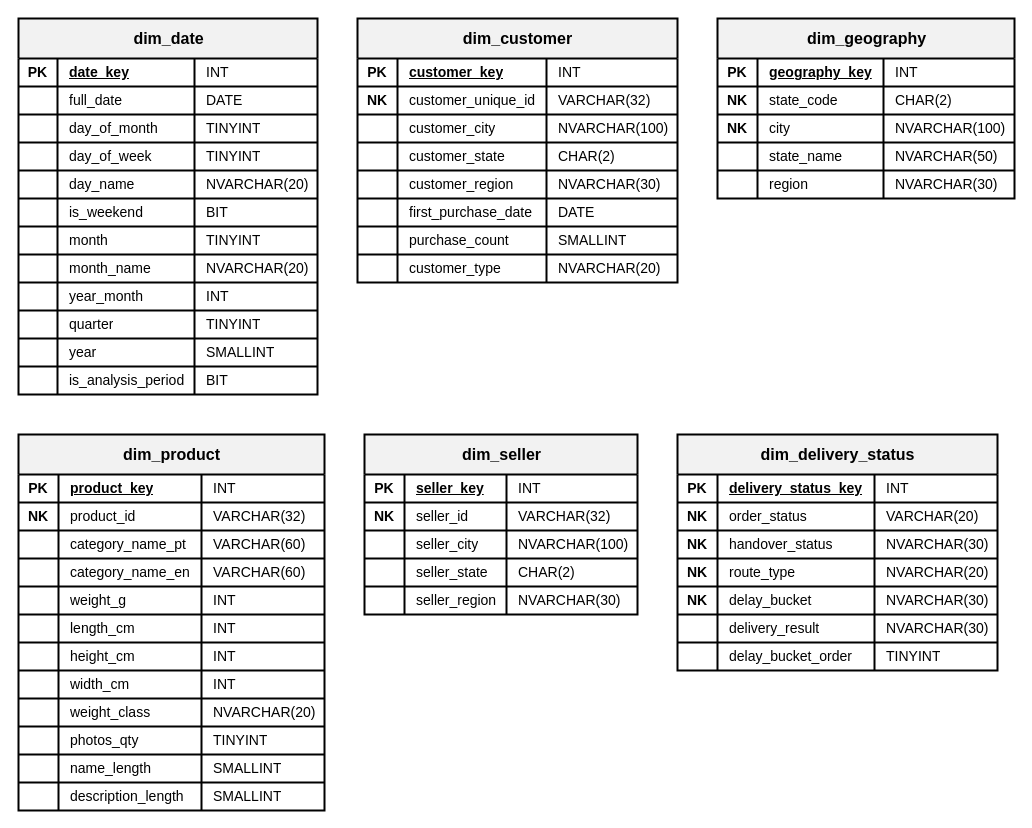
Earlier version of the draw.io diagram page "[Seminar] - Dimension" (1 of 3) of docs/images/dds_schema.drawio (TrucHang676/bi-miniproject). Source tidied: cells renumbered, new cells numbered last; positions are measured from the earlier drawing's top-left corner, leaving out a move shared by most shapes. Both pictures are drawn from the tidied source at 100%, with x=0, y=0 at pixel (18, 18).
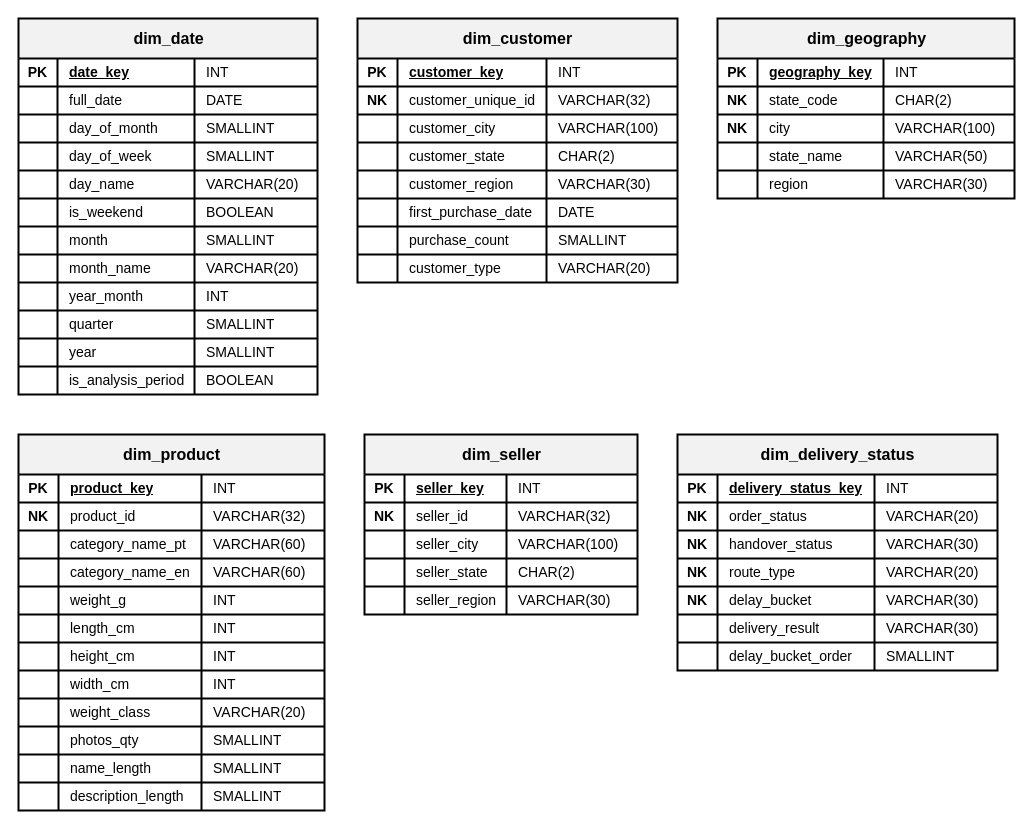
The same page after the edit.

Unchanged cells that the change refers to:
```xml
<mxCell id="11" style="shape=tableRow;horizontal=0;startSize=0;swimlaneHead=0;swimlaneBody=0;strokeColor=inherit;top=0;left=0;bottom=0;right=0;fillColor=none;html=1;" parent="2" vertex="1">
  <mxGeometry y="96" width="299" height="28" as="geometry" />
</mxCell>
<mxCell id="15" style="shape=tableRow;horizontal=0;startSize=0;swimlaneHead=0;swimlaneBody=0;strokeColor=inherit;top=0;left=0;bottom=0;right=0;fillColor=none;html=1;" parent="2" vertex="1">
  <mxGeometry y="124" width="299" height="28" as="geometry" />
</mxCell>
<mxCell id="19" style="shape=tableRow;horizontal=0;startSize=0;swimlaneHead=0;swimlaneBody=0;strokeColor=inherit;top=0;left=0;bottom=0;right=0;fillColor=none;html=1;" parent="2" vertex="1">
  <mxGeometry y="152" width="299" height="28" as="geometry" />
</mxCell>
<mxCell id="23" style="shape=tableRow;horizontal=0;startSize=0;swimlaneHead=0;swimlaneBody=0;strokeColor=inherit;top=0;left=0;bottom=0;right=0;fillColor=none;html=1;" parent="2" vertex="1">
  <mxGeometry y="180" width="299" height="28" as="geometry" />
</mxCell>
<mxCell id="27" style="shape=tableRow;horizontal=0;startSize=0;swimlaneHead=0;swimlaneBody=0;strokeColor=inherit;top=0;left=0;bottom=0;right=0;fillColor=none;html=1;" parent="2" vertex="1">
  <mxGeometry y="208" width="299" height="28" as="geometry" />
</mxCell>
<mxCell id="31" style="shape=tableRow;horizontal=0;startSize=0;swimlaneHead=0;swimlaneBody=0;strokeColor=inherit;top=0;left=0;bottom=0;right=0;fillColor=none;html=1;" parent="2" vertex="1">
  <mxGeometry y="236" width="299" height="28" as="geometry" />
</mxCell>
<mxCell id="39" style="shape=tableRow;horizontal=0;startSize=0;swimlaneHead=0;swimlaneBody=0;strokeColor=inherit;top=0;left=0;bottom=0;right=0;fillColor=none;html=1;" parent="2" vertex="1">
  <mxGeometry y="292" width="299" height="28" as="geometry" />
</mxCell>
<mxCell id="47" style="shape=tableRow;horizontal=0;startSize=0;swimlaneHead=0;swimlaneBody=0;strokeColor=inherit;top=0;left=0;bottom=0;right=0;fillColor=none;html=1;" parent="2" vertex="1">
  <mxGeometry y="348" width="299" height="28" as="geometry" />
</mxCell>
<mxCell id="60" style="shape=tableRow;horizontal=0;startSize=0;swimlaneHead=0;swimlaneBody=0;strokeColor=inherit;top=0;left=0;bottom=0;right=0;fillColor=none;html=1;" parent="51" vertex="1">
  <mxGeometry y="96" width="320" height="28" as="geometry" />
</mxCell>
<mxCell id="68" style="shape=tableRow;horizontal=0;startSize=0;swimlaneHead=0;swimlaneBody=0;strokeColor=inherit;top=0;left=0;bottom=0;right=0;fillColor=none;html=1;" parent="51" vertex="1">
  <mxGeometry y="152" width="320" height="28" as="geometry" />
</mxCell>
<mxCell id="80" style="shape=tableRow;horizontal=0;startSize=0;swimlaneHead=0;swimlaneBody=0;strokeColor=inherit;top=0;left=0;bottom=0;right=0;fillColor=none;html=1;" parent="51" vertex="1">
  <mxGeometry y="236" width="320" height="28" as="geometry" />
</mxCell>
<mxCell id="93" style="shape=tableRow;horizontal=0;startSize=0;swimlaneHead=0;swimlaneBody=0;strokeColor=inherit;top=0;left=0;bottom=0;right=0;fillColor=none;html=1;" parent="84" vertex="1">
  <mxGeometry y="96" width="297" height="28" as="geometry" />
</mxCell>
<mxCell id="97" style="shape=tableRow;horizontal=0;startSize=0;swimlaneHead=0;swimlaneBody=0;strokeColor=inherit;top=0;left=0;bottom=0;right=0;fillColor=none;html=1;" parent="84" vertex="1">
  <mxGeometry y="124" width="297" height="28" as="geometry" />
</mxCell>
<mxCell id="101" style="shape=tableRow;horizontal=0;startSize=0;swimlaneHead=0;swimlaneBody=0;strokeColor=inherit;top=0;left=0;bottom=0;right=0;fillColor=none;html=1;" parent="84" vertex="1">
  <mxGeometry y="152" width="297" height="28" as="geometry" />
</mxCell>
<mxCell id="138" style="shape=tableRow;horizontal=0;startSize=0;swimlaneHead=0;swimlaneBody=0;strokeColor=inherit;top=0;left=0;bottom=0;right=0;fillColor=none;html=1;" parent="105" vertex="1">
  <mxGeometry y="264" width="306" height="28" as="geometry" />
</mxCell>
<mxCell id="142" style="shape=tableRow;horizontal=0;startSize=0;swimlaneHead=0;swimlaneBody=0;strokeColor=inherit;top=0;left=0;bottom=0;right=0;fillColor=none;html=1;" parent="105" vertex="1">
  <mxGeometry y="292" width="306" height="28" as="geometry" />
</mxCell>
<mxCell id="163" style="shape=tableRow;horizontal=0;startSize=0;swimlaneHead=0;swimlaneBody=0;strokeColor=inherit;top=0;left=0;bottom=0;right=0;fillColor=none;html=1;" parent="154" vertex="1">
  <mxGeometry y="96" width="273" height="28" as="geometry" />
</mxCell>
<mxCell id="171" style="shape=tableRow;horizontal=0;startSize=0;swimlaneHead=0;swimlaneBody=0;strokeColor=inherit;top=0;left=0;bottom=0;right=0;fillColor=none;html=1;" parent="154" vertex="1">
  <mxGeometry y="152" width="273" height="28" as="geometry" />
</mxCell>
<mxCell id="184" style="shape=tableRow;horizontal=0;startSize=0;swimlaneHead=0;swimlaneBody=0;strokeColor=inherit;top=0;left=0;bottom=0;right=0;fillColor=none;html=1;" parent="175" vertex="1">
  <mxGeometry y="96" width="320" height="28" as="geometry" />
</mxCell>
<mxCell id="188" style="shape=tableRow;horizontal=0;startSize=0;swimlaneHead=0;swimlaneBody=0;strokeColor=inherit;top=0;left=0;bottom=0;right=0;fillColor=none;html=1;" parent="175" vertex="1">
  <mxGeometry y="124" width="320" height="28" as="geometry" />
</mxCell>
<mxCell id="192" style="shape=tableRow;horizontal=0;startSize=0;swimlaneHead=0;swimlaneBody=0;strokeColor=inherit;top=0;left=0;bottom=0;right=0;fillColor=none;html=1;" parent="175" vertex="1">
  <mxGeometry y="152" width="320" height="28" as="geometry" />
</mxCell>
<mxCell id="196" style="shape=tableRow;horizontal=0;startSize=0;swimlaneHead=0;swimlaneBody=0;strokeColor=inherit;top=0;left=0;bottom=0;right=0;fillColor=none;html=1;" parent="175" vertex="1">
  <mxGeometry y="180" width="320" height="28" as="geometry" />
</mxCell>
<mxCell id="200" style="shape=tableRow;horizontal=0;startSize=0;swimlaneHead=0;swimlaneBody=0;strokeColor=inherit;top=0;left=0;bottom=0;right=0;fillColor=none;html=1;" parent="175" vertex="1">
  <mxGeometry y="208" width="320" height="28" as="geometry" />
</mxCell>
```

The edit, as a diff of the source:
```diff
@@
-    <mxCell id="14" value="TINYINT" style="shape=partialRectangle;html=1;whiteSpace=wrap;strokeColor=inherit;overflow=hidden;fillColor=none;top=0;left=0;bottom=0;right=0;fontFamily=Arial;fontSize=14;fontColor=#000000;fontStyle=0;align=left;spacingLeft=10;" parent="11" vertex="1">
+    <mxCell id="14" value="SMALLINT" style="shape=partialRectangle;html=1;whiteSpace=wrap;strokeColor=inherit;overflow=hidden;fillColor=none;top=0;left=0;bottom=0;right=0;fontFamily=Arial;fontSize=14;fontColor=#000000;fontStyle=0;align=left;spacingLeft=10;" parent="11" vertex="1">
       <mxGeometry x="176" width="123" height="28" as="geometry" />
     </mxCell>
@@
-    <mxCell id="18" value="TINYINT" style="shape=partialRectangle;html=1;whiteSpace=wrap;strokeColor=inherit;overflow=hidden;fillColor=none;top=0;left=0;bottom=0;right=0;fontFamily=Arial;fontSize=14;fontColor=#000000;fontStyle=0;align=left;spacingLeft=10;" parent="15" vertex="1">
+    <mxCell id="18" value="SMALLINT" style="shape=partialRectangle;html=1;whiteSpace=wrap;strokeColor=inherit;overflow=hidden;fillColor=none;top=0;left=0;bottom=0;right=0;fontFamily=Arial;fontSize=14;fontColor=#000000;fontStyle=0;align=left;spacingLeft=10;" parent="15" vertex="1">
       <mxGeometry x="176" width="123" height="28" as="geometry" />
     </mxCell>
@@
-    <mxCell id="22" value="NVARCHAR(20)" style="shape=partialRectangle;html=1;whiteSpace=wrap;strokeColor=inherit;overflow=hidden;fillColor=none;top=0;left=0;bottom=0;right=0;fontFamily=Arial;fontSize=14;fontColor=#000000;fontStyle=0;align=left;spacingLeft=10;" parent="19" vertex="1">
+    <mxCell id="22" value="VARCHAR(20)" style="shape=partialRectangle;html=1;whiteSpace=wrap;strokeColor=inherit;overflow=hidden;fillColor=none;top=0;left=0;bottom=0;right=0;fontFamily=Arial;fontSize=14;fontColor=#000000;fontStyle=0;align=left;spacingLeft=10;" parent="19" vertex="1">
       <mxGeometry x="176" width="123" height="28" as="geometry" />
     </mxCell>
@@
-    <mxCell id="26" value="BIT" style="shape=partialRectangle;html=1;whiteSpace=wrap;strokeColor=inherit;overflow=hidden;fillColor=none;top=0;left=0;bottom=0;right=0;fontFamily=Arial;fontSize=14;fontColor=#000000;fontStyle=0;align=left;spacingLeft=10;" parent="23" vertex="1">
+    <mxCell id="26" value="BOOLEAN" style="shape=partialRectangle;html=1;whiteSpace=wrap;strokeColor=inherit;overflow=hidden;fillColor=none;top=0;left=0;bottom=0;right=0;fontFamily=Arial;fontSize=14;fontColor=#000000;fontStyle=0;align=left;spacingLeft=10;" parent="23" vertex="1">
       <mxGeometry x="176" width="123" height="28" as="geometry" />
     </mxCell>
@@
-    <mxCell id="30" value="TINYINT" style="shape=partialRectangle;html=1;whiteSpace=wrap;strokeColor=inherit;overflow=hidden;fillColor=none;top=0;left=0;bottom=0;right=0;fontFamily=Arial;fontSize=14;fontColor=#000000;fontStyle=0;align=left;spacingLeft=10;" parent="27" vertex="1">
+    <mxCell id="30" value="SMALLINT" style="shape=partialRectangle;html=1;whiteSpace=wrap;strokeColor=inherit;overflow=hidden;fillColor=none;top=0;left=0;bottom=0;right=0;fontFamily=Arial;fontSize=14;fontColor=#000000;fontStyle=0;align=left;spacingLeft=10;" parent="27" vertex="1">
       <mxGeometry x="176" width="123" height="28" as="geometry" />
     </mxCell>
@@
-    <mxCell id="34" value="NVARCHAR(20)" style="shape=partialRectangle;html=1;whiteSpace=wrap;strokeColor=inherit;overflow=hidden;fillColor=none;top=0;left=0;bottom=0;right=0;fontFamily=Arial;fontSize=14;fontColor=#000000;fontStyle=0;align=left;spacingLeft=10;" parent="31" vertex="1">
+    <mxCell id="34" value="VARCHAR(20)" style="shape=partialRectangle;html=1;whiteSpace=wrap;strokeColor=inherit;overflow=hidden;fillColor=none;top=0;left=0;bottom=0;right=0;fontFamily=Arial;fontSize=14;fontColor=#000000;fontStyle=0;align=left;spacingLeft=10;" parent="31" vertex="1">
       <mxGeometry x="176" width="123" height="28" as="geometry" />
     </mxCell>
@@
-    <mxCell id="42" value="TINYINT" style="shape=partialRectangle;html=1;whiteSpace=wrap;strokeColor=inherit;overflow=hidden;fillColor=none;top=0;left=0;bottom=0;right=0;fontFamily=Arial;fontSize=14;fontColor=#000000;fontStyle=0;align=left;spacingLeft=10;" parent="39" vertex="1">
+    <mxCell id="42" value="SMALLINT" style="shape=partialRectangle;html=1;whiteSpace=wrap;strokeColor=inherit;overflow=hidden;fillColor=none;top=0;left=0;bottom=0;right=0;fontFamily=Arial;fontSize=14;fontColor=#000000;fontStyle=0;align=left;spacingLeft=10;" parent="39" vertex="1">
       <mxGeometry x="176" width="123" height="28" as="geometry" />
     </mxCell>
@@
-    <mxCell id="50" value="BIT" style="shape=partialRectangle;html=1;whiteSpace=wrap;strokeColor=inherit;overflow=hidden;fillColor=none;top=0;left=0;bottom=0;right=0;fontFamily=Arial;fontSize=14;fontColor=#000000;fontStyle=0;align=left;spacingLeft=10;" parent="47" vertex="1">
+    <mxCell id="50" value="BOOLEAN" style="shape=partialRectangle;html=1;whiteSpace=wrap;strokeColor=inherit;overflow=hidden;fillColor=none;top=0;left=0;bottom=0;right=0;fontFamily=Arial;fontSize=14;fontColor=#000000;fontStyle=0;align=left;spacingLeft=10;" parent="47" vertex="1">
       <mxGeometry x="176" width="123" height="28" as="geometry" />
     </mxCell>
@@
-    <mxCell id="63" value="NVARCHAR(100)" style="shape=partialRectangle;html=1;whiteSpace=wrap;strokeColor=inherit;overflow=hidden;fillColor=none;top=0;left=0;bottom=0;right=0;fontFamily=Arial;fontSize=14;fontColor=#000000;fontStyle=0;align=left;spacingLeft=10;" parent="60" vertex="1">
+    <mxCell id="63" value="VARCHAR(100)" style="shape=partialRectangle;html=1;whiteSpace=wrap;strokeColor=inherit;overflow=hidden;fillColor=none;top=0;left=0;bottom=0;right=0;fontFamily=Arial;fontSize=14;fontColor=#000000;fontStyle=0;align=left;spacingLeft=10;" parent="60" vertex="1">
       <mxGeometry x="189" width="131" height="28" as="geometry" />
     </mxCell>
@@
-    <mxCell id="71" value="NVARCHAR(30)" style="shape=partialRectangle;html=1;whiteSpace=wrap;strokeColor=inherit;overflow=hidden;fillColor=none;top=0;left=0;bottom=0;right=0;fontFamily=Arial;fontSize=14;fontColor=#000000;fontStyle=0;align=left;spacingLeft=10;" parent="68" vertex="1">
+    <mxCell id="71" value="VARCHAR(30)" style="shape=partialRectangle;html=1;whiteSpace=wrap;strokeColor=inherit;overflow=hidden;fillColor=none;top=0;left=0;bottom=0;right=0;fontFamily=Arial;fontSize=14;fontColor=#000000;fontStyle=0;align=left;spacingLeft=10;" parent="68" vertex="1">
       <mxGeometry x="189" width="131" height="28" as="geometry" />
     </mxCell>
@@
-    <mxCell id="83" value="NVARCHAR(20)" style="shape=partialRectangle;html=1;whiteSpace=wrap;strokeColor=inherit;overflow=hidden;fillColor=none;top=0;left=0;bottom=0;right=0;fontFamily=Arial;fontSize=14;fontColor=#000000;fontStyle=0;align=left;spacingLeft=10;" parent="80" vertex="1">
+    <mxCell id="83" value="VARCHAR(20)" style="shape=partialRectangle;html=1;whiteSpace=wrap;strokeColor=inherit;overflow=hidden;fillColor=none;top=0;left=0;bottom=0;right=0;fontFamily=Arial;fontSize=14;fontColor=#000000;fontStyle=0;align=left;spacingLeft=10;" parent="80" vertex="1">
       <mxGeometry x="189" width="131" height="28" as="geometry" />
     </mxCell>
@@
-    <mxCell id="96" value="NVARCHAR(100)" style="shape=partialRectangle;html=1;whiteSpace=wrap;strokeColor=inherit;overflow=hidden;fillColor=none;top=0;left=0;bottom=0;right=0;fontFamily=Arial;fontSize=14;fontColor=#000000;fontStyle=0;align=left;spacingLeft=10;" parent="93" vertex="1">
+    <mxCell id="96" value="VARCHAR(100)" style="shape=partialRectangle;html=1;whiteSpace=wrap;strokeColor=inherit;overflow=hidden;fillColor=none;top=0;left=0;bottom=0;right=0;fontFamily=Arial;fontSize=14;fontColor=#000000;fontStyle=0;align=left;spacingLeft=10;" parent="93" vertex="1">
       <mxGeometry x="166" width="131" height="28" as="geometry" />
     </mxCell>
@@
-    <mxCell id="100" value="NVARCHAR(50)" style="shape=partialRectangle;html=1;whiteSpace=wrap;strokeColor=inherit;overflow=hidden;fillColor=none;top=0;left=0;bottom=0;right=0;fontFamily=Arial;fontSize=14;fontColor=#000000;fontStyle=0;align=left;spacingLeft=10;" parent="97" vertex="1">
+    <mxCell id="100" value="VARCHAR(50)" style="shape=partialRectangle;html=1;whiteSpace=wrap;strokeColor=inherit;overflow=hidden;fillColor=none;top=0;left=0;bottom=0;right=0;fontFamily=Arial;fontSize=14;fontColor=#000000;fontStyle=0;align=left;spacingLeft=10;" parent="97" vertex="1">
       <mxGeometry x="166" width="131" height="28" as="geometry" />
     </mxCell>
@@
-    <mxCell id="104" value="NVARCHAR(30)" style="shape=partialRectangle;html=1;whiteSpace=wrap;strokeColor=inherit;overflow=hidden;fillColor=none;top=0;left=0;bottom=0;right=0;fontFamily=Arial;fontSize=14;fontColor=#000000;fontStyle=0;align=left;spacingLeft=10;" parent="101" vertex="1">
+    <mxCell id="104" value="VARCHAR(30)" style="shape=partialRectangle;html=1;whiteSpace=wrap;strokeColor=inherit;overflow=hidden;fillColor=none;top=0;left=0;bottom=0;right=0;fontFamily=Arial;fontSize=14;fontColor=#000000;fontStyle=0;align=left;spacingLeft=10;" parent="101" vertex="1">
       <mxGeometry x="166" width="131" height="28" as="geometry" />
     </mxCell>
@@
-    <mxCell id="141" value="NVARCHAR(20)" style="shape=partialRectangle;html=1;whiteSpace=wrap;strokeColor=inherit;overflow=hidden;fillColor=none;top=0;left=0;bottom=0;right=0;fontFamily=Arial;fontSize=14;fontColor=#000000;fontStyle=0;align=left;spacingLeft=10;" parent="138" vertex="1">
+    <mxCell id="141" value="VARCHAR(20)" style="shape=partialRectangle;html=1;whiteSpace=wrap;strokeColor=inherit;overflow=hidden;fillColor=none;top=0;left=0;bottom=0;right=0;fontFamily=Arial;fontSize=14;fontColor=#000000;fontStyle=0;align=left;spacingLeft=10;" parent="138" vertex="1">
       <mxGeometry x="183" width="123" height="28" as="geometry" />
     </mxCell>
@@
-    <mxCell id="145" value="TINYINT" style="shape=partialRectangle;html=1;whiteSpace=wrap;strokeColor=inherit;overflow=hidden;fillColor=none;top=0;left=0;bottom=0;right=0;fontFamily=Arial;fontSize=14;fontColor=#000000;fontStyle=0;align=left;spacingLeft=10;" parent="142" vertex="1">
+    <mxCell id="145" value="SMALLINT" style="shape=partialRectangle;html=1;whiteSpace=wrap;strokeColor=inherit;overflow=hidden;fillColor=none;top=0;left=0;bottom=0;right=0;fontFamily=Arial;fontSize=14;fontColor=#000000;fontStyle=0;align=left;spacingLeft=10;" parent="142" vertex="1">
       <mxGeometry x="183" width="123" height="28" as="geometry" />
     </mxCell>
@@
-    <mxCell id="166" value="NVARCHAR(100)" style="shape=partialRectangle;html=1;whiteSpace=wrap;strokeColor=inherit;overflow=hidden;fillColor=none;top=0;left=0;bottom=0;right=0;fontFamily=Arial;fontSize=14;fontColor=#000000;fontStyle=0;align=left;spacingLeft=10;" parent="163" vertex="1">
+    <mxCell id="166" value="VARCHAR(100)" style="shape=partialRectangle;html=1;whiteSpace=wrap;strokeColor=inherit;overflow=hidden;fillColor=none;top=0;left=0;bottom=0;right=0;fontFamily=Arial;fontSize=14;fontColor=#000000;fontStyle=0;align=left;spacingLeft=10;" parent="163" vertex="1">
       <mxGeometry x="142" width="131" height="28" as="geometry" />
     </mxCell>
@@
-    <mxCell id="174" value="NVARCHAR(30)" style="shape=partialRectangle;html=1;whiteSpace=wrap;strokeColor=inherit;overflow=hidden;fillColor=none;top=0;left=0;bottom=0;right=0;fontFamily=Arial;fontSize=14;fontColor=#000000;fontStyle=0;align=left;spacingLeft=10;" parent="171" vertex="1">
+    <mxCell id="174" value="VARCHAR(30)" style="shape=partialRectangle;html=1;whiteSpace=wrap;strokeColor=inherit;overflow=hidden;fillColor=none;top=0;left=0;bottom=0;right=0;fontFamily=Arial;fontSize=14;fontColor=#000000;fontStyle=0;align=left;spacingLeft=10;" parent="171" vertex="1">
       <mxGeometry x="142" width="131" height="28" as="geometry" />
     </mxCell>
@@
-    <mxCell id="187" value="NVARCHAR(30)" style="shape=partialRectangle;html=1;whiteSpace=wrap;strokeColor=inherit;overflow=hidden;fillColor=none;top=0;left=0;bottom=0;right=0;fontFamily=Arial;fontSize=14;fontColor=#000000;fontStyle=0;align=left;spacingLeft=10;" parent="184" vertex="1">
+    <mxCell id="187" value="VARCHAR(30)" style="shape=partialRectangle;html=1;whiteSpace=wrap;strokeColor=inherit;overflow=hidden;fillColor=none;top=0;left=0;bottom=0;right=0;fontFamily=Arial;fontSize=14;fontColor=#000000;fontStyle=0;align=left;spacingLeft=10;" parent="184" vertex="1">
       <mxGeometry x="197" width="123" height="28" as="geometry" />
     </mxCell>
@@
-    <mxCell id="191" value="NVARCHAR(20)" style="shape=partialRectangle;html=1;whiteSpace=wrap;strokeColor=inherit;overflow=hidden;fillColor=none;top=0;left=0;bottom=0;right=0;fontFamily=Arial;fontSize=14;fontColor=#000000;fontStyle=0;align=left;spacingLeft=10;" parent="188" vertex="1">
+    <mxCell id="191" value="VARCHAR(20)" style="shape=partialRectangle;html=1;whiteSpace=wrap;strokeColor=inherit;overflow=hidden;fillColor=none;top=0;left=0;bottom=0;right=0;fontFamily=Arial;fontSize=14;fontColor=#000000;fontStyle=0;align=left;spacingLeft=10;" parent="188" vertex="1">
       <mxGeometry x="197" width="123" height="28" as="geometry" />
     </mxCell>
@@
-    <mxCell id="195" value="NVARCHAR(30)" style="shape=partialRectangle;html=1;whiteSpace=wrap;strokeColor=inherit;overflow=hidden;fillColor=none;top=0;left=0;bottom=0;right=0;fontFamily=Arial;fontSize=14;fontColor=#000000;fontStyle=0;align=left;spacingLeft=10;" parent="192" vertex="1">
+    <mxCell id="195" value="VARCHAR(30)" style="shape=partialRectangle;html=1;whiteSpace=wrap;strokeColor=inherit;overflow=hidden;fillColor=none;top=0;left=0;bottom=0;right=0;fontFamily=Arial;fontSize=14;fontColor=#000000;fontStyle=0;align=left;spacingLeft=10;" parent="192" vertex="1">
       <mxGeometry x="197" width="123" height="28" as="geometry" />
     </mxCell>
@@
-    <mxCell id="199" value="NVARCHAR(30)" style="shape=partialRectangle;html=1;whiteSpace=wrap;strokeColor=inherit;overflow=hidden;fillColor=none;top=0;left=0;bottom=0;right=0;fontFamily=Arial;fontSize=14;fontColor=#000000;fontStyle=0;align=left;spacingLeft=10;" parent="196" vertex="1">
+    <mxCell id="199" value="VARCHAR(30)" style="shape=partialRectangle;html=1;whiteSpace=wrap;strokeColor=inherit;overflow=hidden;fillColor=none;top=0;left=0;bottom=0;right=0;fontFamily=Arial;fontSize=14;fontColor=#000000;fontStyle=0;align=left;spacingLeft=10;" parent="196" vertex="1">
       <mxGeometry x="197" width="123" height="28" as="geometry" />
     </mxCell>
@@
-    <mxCell id="203" value="TINYINT" style="shape=partialRectangle;html=1;whiteSpace=wrap;strokeColor=inherit;overflow=hidden;fillColor=none;top=0;left=0;bottom=0;right=0;fontFamily=Arial;fontSize=14;fontColor=#000000;fontStyle=0;align=left;spacingLeft=10;" parent="200" vertex="1">
+    <mxCell id="203" value="SMALLINT" style="shape=partialRectangle;html=1;whiteSpace=wrap;strokeColor=inherit;overflow=hidden;fillColor=none;top=0;left=0;bottom=0;right=0;fontFamily=Arial;fontSize=14;fontColor=#000000;fontStyle=0;align=left;spacingLeft=10;" parent="200" vertex="1">
       <mxGeometry x="197" width="123" height="28" as="geometry" />
     </mxCell>
```
